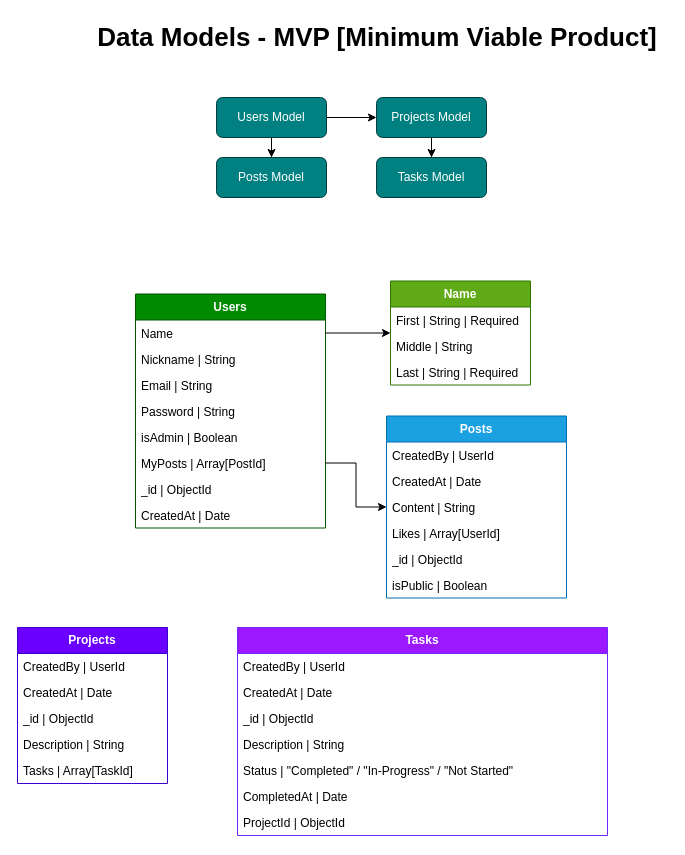
Above: page "Data Models Currently" (3 of 3) of docs/assets/planning/data_models.drawio in Gallucky/ClarityBox (draw.io), before the change. Source tidied: cells renumbered, new cells numbered last; positions are measured from the earlier drawing's top-left corner, leaving out a move shared by most shapes. Both pictures are drawn from the tidied source at 100%, with x=0, y=0 at pixel (17, 17).
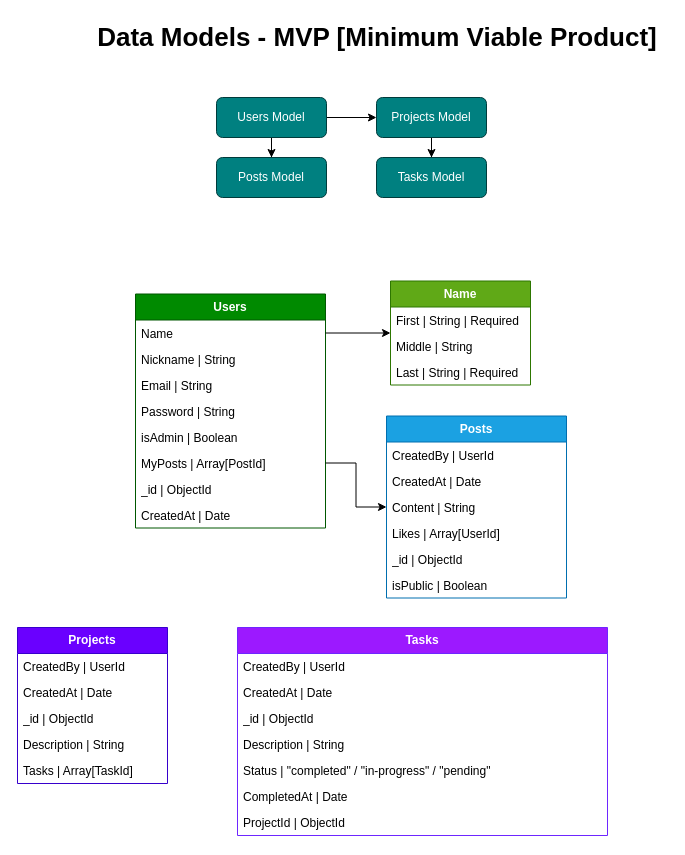
The same page after the edit.

Unchanged cells that the change refers to:
```xml
<mxCell id="39" value="&lt;b&gt;Tasks&lt;/b&gt;" style="swimlane;fontStyle=0;horizontal=1;startSize=26;fillColor=#9C19FF;whiteSpace=wrap;html=1;fontColor=#ffffff;strokeColor=#6E26FF;" parent="1" vertex="1">
  <mxGeometry x="220" y="610" width="370" height="208" as="geometry" />
</mxCell>
```

The edit, as a diff of the source:
```diff
@@
-    <mxCell id="44" value="Status |&amp;nbsp;&lt;span style=&quot;background-color: initial;&quot;&gt;&quot;Completed&quot; / &quot;In-Progress&quot; / &quot;Not Started&quot;&lt;/span&gt;" style="text;strokeColor=none;fillColor=none;align=left;verticalAlign=top;spacingLeft=4;spacingRight=4;overflow=hidden;whiteSpace=wrap;html=1;" parent="39" vertex="1">
+    <mxCell id="44" value="Status |&amp;nbsp;&lt;span style=&quot;background-color: initial;&quot;&gt;&quot;completed&quot; / &quot;in-progress&quot; / &quot;pending&quot;&lt;/span&gt;" style="text;strokeColor=none;fillColor=none;align=left;verticalAlign=top;spacingLeft=4;spacingRight=4;overflow=hidden;whiteSpace=wrap;html=1;" parent="39" vertex="1">
       <mxGeometry y="130" width="370" height="26" as="geometry" />
     </mxCell>
```
